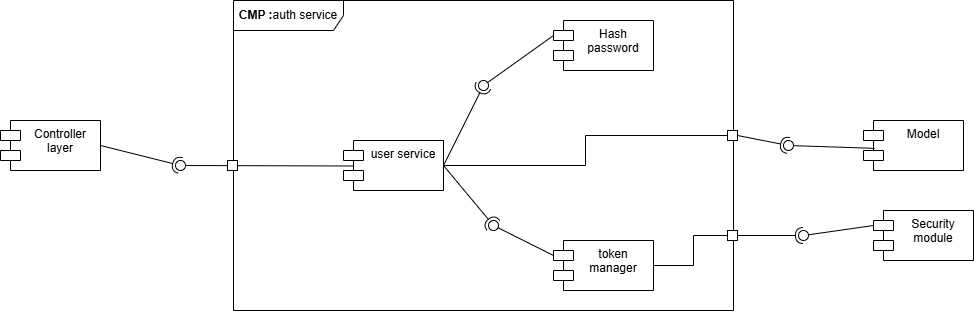
Earlier version of the draw.io export DD/LaTeXCode/images/componentDiagrams/Component_diagram-Auth_detailed_view.drawio.png (jacopobellosi/Bellosi-Montanelli-Tempobono). Source tidied: cells renumbered, new cells last; positions are measured from the earlier drawing's top-left corner, leaving out a move shared by most shapes.
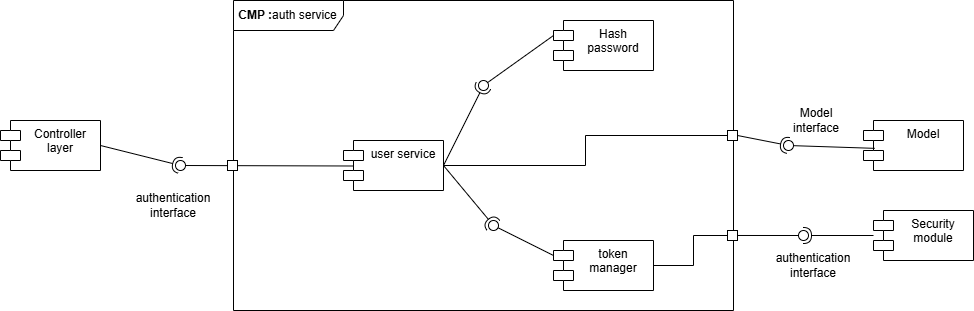
After the change.

The edit, as a diff of the source:
```diff
@@ -77,12 +77,12 @@
     <mxCell id="26" value="Security&lt;br&gt;module" style="shape=module;align=left;spacingLeft=20;align=center;verticalAlign=top;whiteSpace=wrap;html=1;" parent="1" vertex="1">
       <mxGeometry x="873" y="210" width="100" height="50" as="geometry" />
     </mxCell>
-    <mxCell id="27" style="rounded=0;jettySize=auto;html=1;endArrow=halfCircle;endFill=0;endSize=6;strokeWidth=1;sketch=0;exitX=1;exitY=0.5;exitDx=0;exitDy=0;" parent="1" edge="1" source="30">
+    <mxCell id="27" style="rounded=0;jettySize=auto;html=1;endArrow=halfCircle;endFill=0;endSize=6;strokeWidth=1;sketch=0;" parent="1" edge="1" source="26">
       <mxGeometry relative="1" as="geometry">
         <mxPoint x="803" y="235" as="targetPoint" />
       </mxGeometry>
     </mxCell>
-    <mxCell id="28" style="rounded=0;jettySize=auto;html=1;endArrow=oval;endFill=0;sketch=0;sourcePerimeterSpacing=0;targetPerimeterSpacing=0;endSize=10;exitX=0;exitY=0;exitDx=0;exitDy=15;exitPerimeter=0;" parent="1" edge="1" source="26">
+    <mxCell id="28" style="rounded=0;jettySize=auto;html=1;endArrow=oval;endFill=0;sketch=0;sourcePerimeterSpacing=0;targetPerimeterSpacing=0;endSize=10;exitX=0.999;exitY=0.758;exitDx=0;exitDy=0;exitPerimeter=0;" parent="1" edge="1" source="4">
       <mxGeometry relative="1" as="geometry">
         <mxPoint x="803" y="235" as="targetPoint" />
       </mxGeometry>
@@ -104,5 +104,14 @@
     <mxCell id="32" style="ellipse;whiteSpace=wrap;html=1;align=center;fillColor=none;strokeColor=none;perimeter=centerPerimeter;points=[];outlineConnect=1;" parent="1" vertex="1">
       <mxGeometry x="175" y="160" width="10" height="10" as="geometry" />
     </mxCell>
+    <mxCell id="33" value="authentication&lt;br&gt;interface" style="text;html=1;whiteSpace=wrap;strokeColor=none;fillColor=none;align=center;verticalAlign=middle;rounded=0;" parent="1" vertex="1">
+      <mxGeometry x="783" y="250" width="60" height="30" as="geometry" />
+    </mxCell>
+    <mxCell id="34" value="authentication&lt;br&gt;interface" style="text;html=1;whiteSpace=wrap;strokeColor=none;fillColor=none;align=center;verticalAlign=middle;rounded=0;" parent="1" vertex="1">
+      <mxGeometry x="143" y="190" width="60" height="30" as="geometry" />
+    </mxCell>
+    <mxCell id="35" value="Model&lt;br&gt;interface" style="text;html=1;whiteSpace=wrap;strokeColor=none;fillColor=none;align=center;verticalAlign=middle;rounded=0;" parent="1" vertex="1">
+      <mxGeometry x="785.5" y="105" width="60" height="30" as="geometry" />
+    </mxCell>
   </root>
 </mxGraphModel>
```
